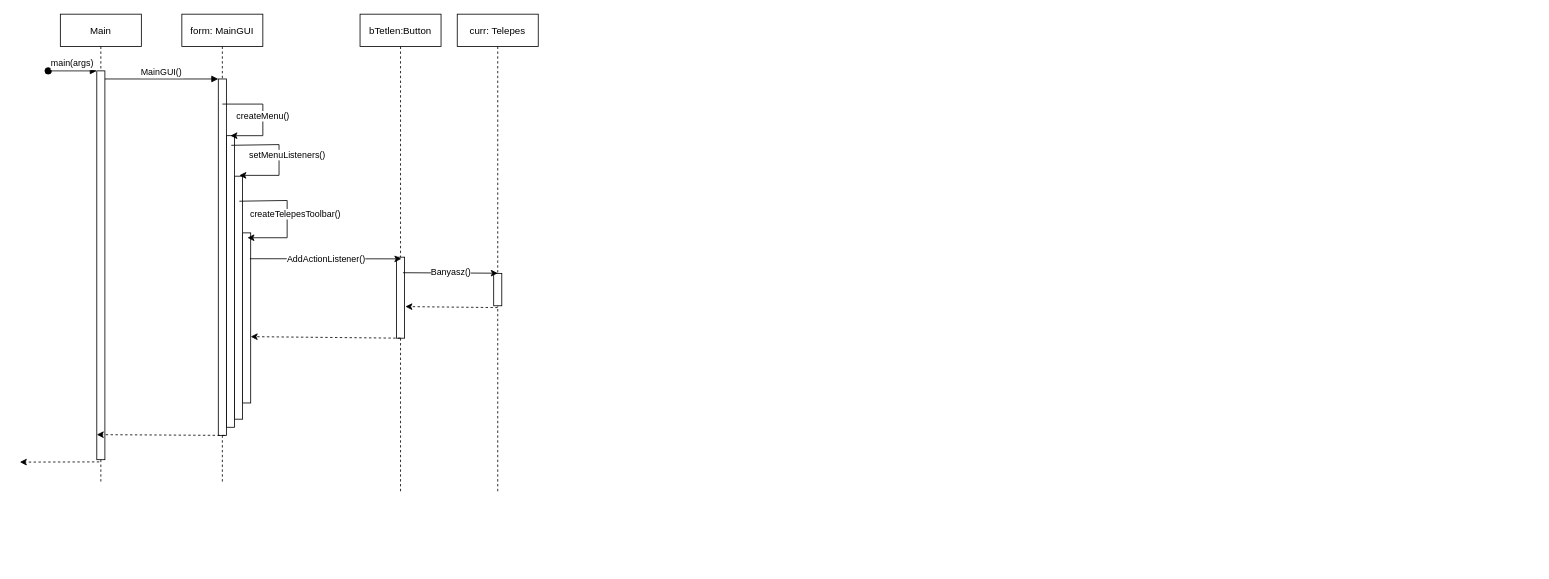
The draw.io diagram doc/UIszek/banyasz.drawio in torpeBoiGo/aszteroidabanyaszat, before the edit. Source tidied: cells renumbered, new cells numbered last; positions are measured from the earlier drawing's top-left corner, leaving out a move shared by most shapes. Both pictures are drawn from the tidied source at 81%, with x=0, y=0 at pixel (19, 14).
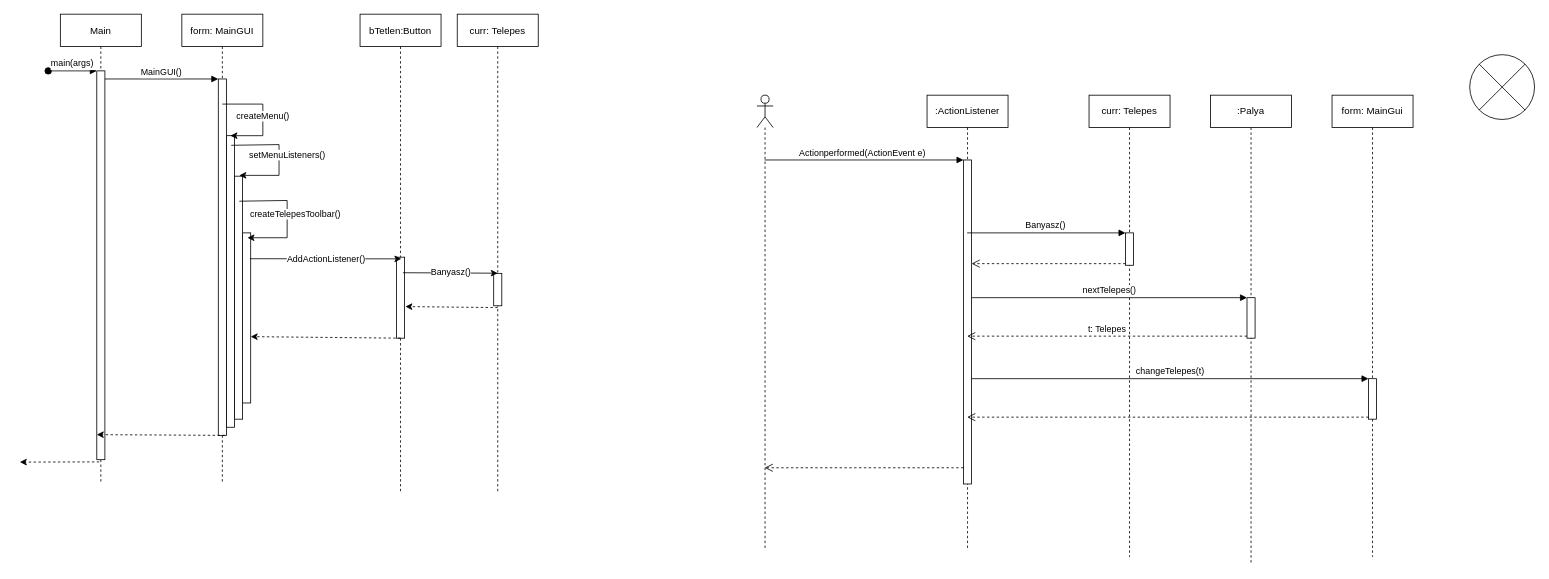
Above is the later version.

What changed in the source:
```diff
@@
+    <mxCell id="24" value=":ActionListener" style="shape=umlLifeline;perimeter=lifelinePerimeter;whiteSpace=wrap;html=1;outlineConnect=0;" parent="1" vertex="1">
+      <mxGeometry x="1120" y="100" width="100" height="560" as="geometry" />
+    </mxCell>
+    <mxCell id="25" style="html=1;points=[];perimeter=orthogonalPerimeter;" parent="24" vertex="1">
+      <mxGeometry x="45" y="80" width="10" height="400" as="geometry" />
+    </mxCell>
+    <mxCell id="26" style="shape=umlLifeline;participant=umlActor;perimeter=lifelinePerimeter;whiteSpace=wrap;html=1;verticalAlign=top;spacingTop=36;outlineConnect=0;" parent="1" vertex="1">
+      <mxGeometry x="910" y="100" width="20" height="560" as="geometry" />
+    </mxCell>
+    <mxCell id="27" value="Actionperformed(ActionEvent e)" style="html=1;verticalAlign=bottom;endArrow=block;entryX=0;entryY=0;" parent="1" edge="1" source="26" target="25">
+      <mxGeometry x="-0.02" relative="1" as="geometry" />
+    </mxCell>
+    <mxCell id="28" style="html=1;verticalAlign=bottom;endArrow=open;dashed=1;endSize=8;exitX=0;exitY=0.95;" parent="1" edge="1" source="25" target="26">
+      <mxGeometry x="0.1" y="-58" relative="1" as="geometry" />
+    </mxCell>
+    <mxCell id="29" value="curr: Telepes" style="shape=umlLifeline;perimeter=lifelinePerimeter;whiteSpace=wrap;html=1;" parent="1" vertex="1">
+      <mxGeometry x="1320" y="100" width="100" height="570" as="geometry" />
+    </mxCell>
+    <mxCell id="30" style="html=1;points=[];perimeter=orthogonalPerimeter;" parent="29" vertex="1">
+      <mxGeometry x="45" y="170" width="10" height="40" as="geometry" />
+    </mxCell>
+    <mxCell id="31" value="Banyasz()" style="html=1;verticalAlign=bottom;endArrow=block;entryX=0;entryY=0;" parent="1" edge="1" source="24" target="30">
+      <mxGeometry x="-0.02" relative="1" as="geometry" />
+    </mxCell>
+    <mxCell id="32" style="html=1;verticalAlign=bottom;endArrow=open;dashed=1;endSize=8;exitX=0;exitY=0.95;" parent="1" edge="1" source="30" target="25">
+      <mxGeometry relative="1" as="geometry" />
+    </mxCell>
+    <mxCell id="33" value=":Palya" style="shape=umlLifeline;perimeter=lifelinePerimeter;whiteSpace=wrap;html=1;" parent="1" vertex="1">
+      <mxGeometry x="1470" y="100" width="100" height="580" as="geometry" />
+    </mxCell>
+    <mxCell id="34" style="html=1;points=[];perimeter=orthogonalPerimeter;" parent="33" vertex="1">
+      <mxGeometry x="45" y="250" width="10" height="50" as="geometry" />
+    </mxCell>
+    <mxCell id="35" value="nextTelepes()" style="html=1;verticalAlign=bottom;endArrow=block;entryX=0;entryY=0;" parent="1" edge="1" source="25" target="34">
+      <mxGeometry relative="1" as="geometry" />
+    </mxCell>
+    <mxCell id="36" value="t: Telepes" style="html=1;verticalAlign=bottom;endArrow=open;dashed=1;endSize=8;exitX=0;exitY=0.95;" parent="1" edge="1" source="34" target="24">
+      <mxGeometry relative="1" as="geometry" />
+    </mxCell>
+    <mxCell id="37" value="form: MainGui" style="shape=umlLifeline;perimeter=lifelinePerimeter;whiteSpace=wrap;html=1;" parent="1" vertex="1">
+      <mxGeometry x="1620" y="100" width="100" height="570" as="geometry" />
+    </mxCell>
+    <mxCell id="38" style="html=1;points=[];perimeter=orthogonalPerimeter;" parent="37" vertex="1">
+      <mxGeometry x="45" y="350" width="10" height="50" as="geometry" />
+    </mxCell>
+    <mxCell id="39" value="changeTelepes(t)" style="html=1;verticalAlign=bottom;endArrow=block;entryX=0;entryY=0;" parent="1" edge="1" source="25" target="38">
+      <mxGeometry relative="1" as="geometry" />
+    </mxCell>
+    <mxCell id="40" style="html=1;verticalAlign=bottom;endArrow=open;dashed=1;endSize=8;exitX=0;exitY=0.95;" parent="1" edge="1" source="38" target="24">
+      <mxGeometry relative="1" as="geometry" />
+    </mxCell>
+    <mxCell id="41" style="shape=sumEllipse;perimeter=ellipsePerimeter;whiteSpace=wrap;html=1;backgroundOutline=1;" parent="1" vertex="1">
+      <mxGeometry x="1790" y="50" width="80" height="80" as="geometry" />
+    </mxCell>
```
